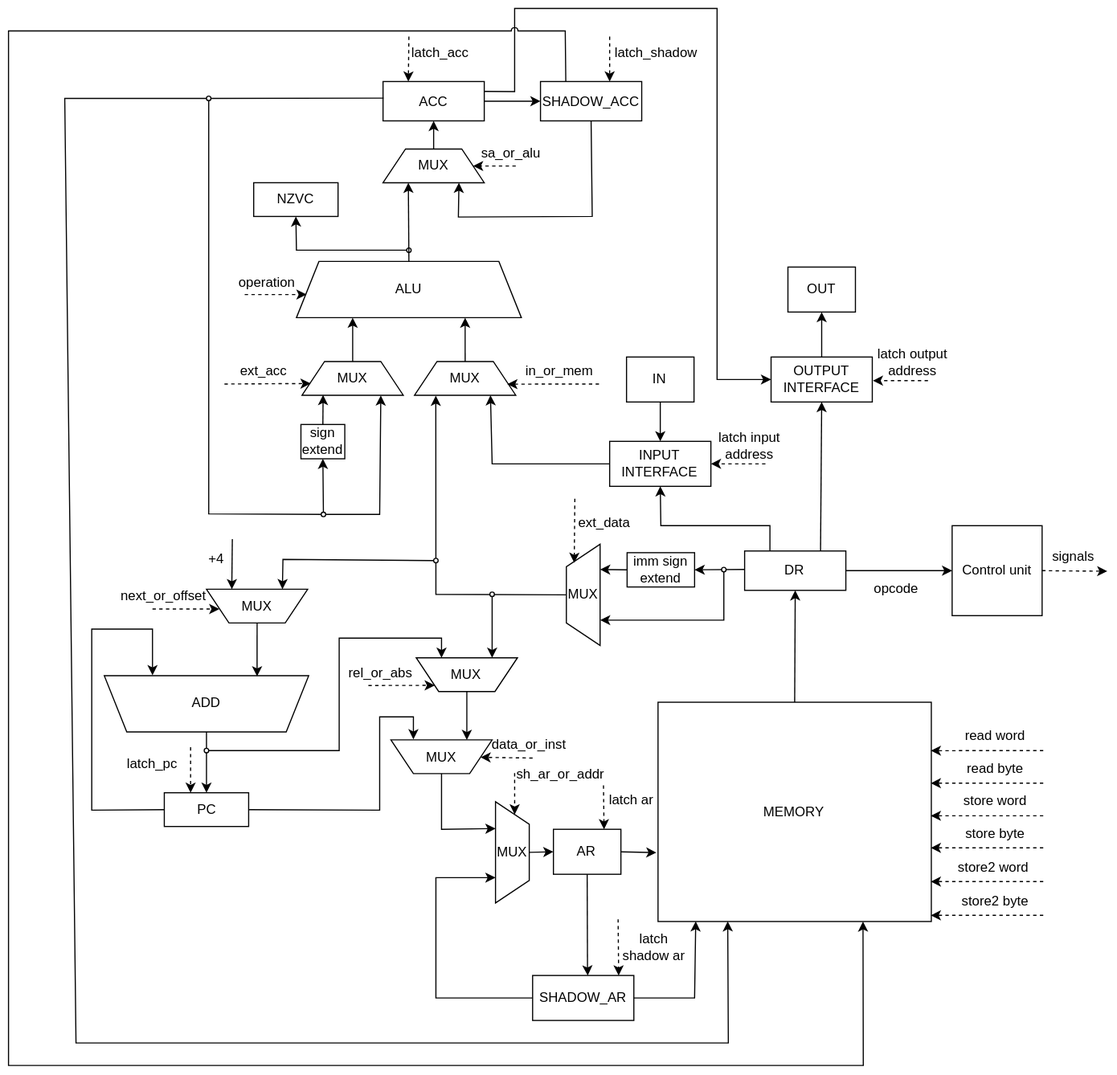
Earlier version of the draw.io export assets/datapath/scheme.svg (AstroSoup/computer-system-architecture-lab-4). Source tidied: cells renumbered, new cells last; positions are measured from the earlier drawing's top-left corner, leaving out a move shared by most shapes.
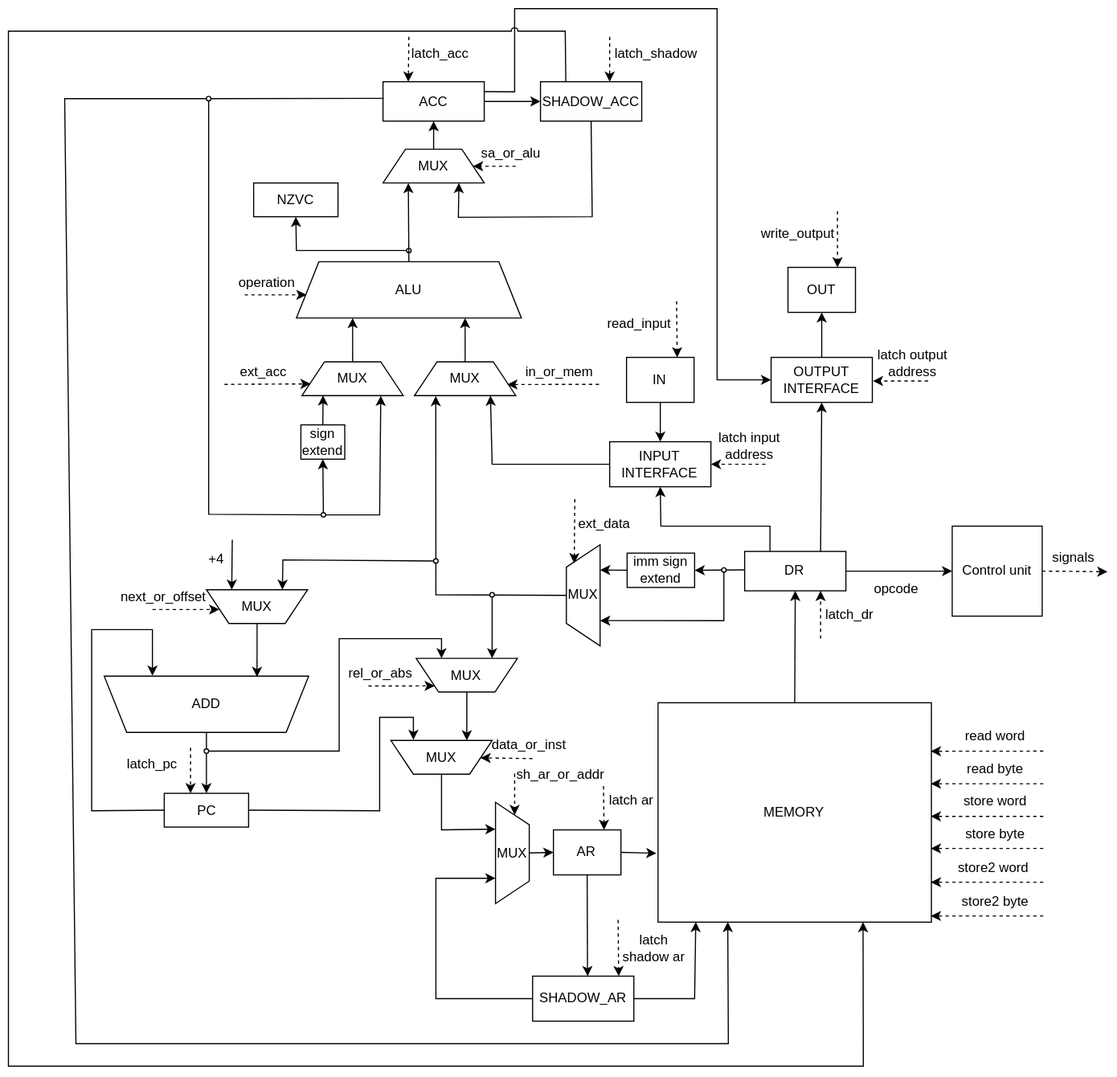
Later version of the same file.

Change to the diagram source:
```diff
@@ -527,5 +527,30 @@
     <mxCell id="120" value="store2 byte" style="text;html=1;whiteSpace=wrap;strokeColor=none;fillColor=none;align=center;verticalAlign=middle;rounded=0;" parent="1" vertex="1">
       <mxGeometry x="835.5" y="778.5" width="84.5" height="30" as="geometry" />
     </mxCell>
+    <mxCell id="121" style="endArrow=classic;html=1;rounded=0;entryX=0.75;entryY=0;entryDx=0;entryDy=0;dashed=1;" parent="1" edge="1" target="4">
+      <mxGeometry relative="1" as="geometry">
+        <mxPoint x="594" y="260" as="sourcePoint" />
+      </mxGeometry>
+    </mxCell>
+    <mxCell id="122" value="read_input" style="text;html=1;whiteSpace=wrap;strokeColor=none;fillColor=none;align=center;verticalAlign=middle;rounded=0;" parent="1" vertex="1">
+      <mxGeometry x="531" y="265" width="60" height="30" as="geometry" />
+    </mxCell>
+    <mxCell id="123" style="endArrow=classic;html=1;rounded=0;entryX=0.75;entryY=0;entryDx=0;entryDy=0;dashed=1;" parent="1" edge="1">
+      <mxGeometry relative="1" as="geometry">
+        <mxPoint x="737" y="180" as="sourcePoint" />
+        <mxPoint x="737" y="230" as="targetPoint" />
+      </mxGeometry>
+    </mxCell>
+    <mxCell id="124" value="write_output" style="text;html=1;whiteSpace=wrap;strokeColor=none;fillColor=none;align=center;verticalAlign=middle;rounded=0;" parent="1" vertex="1">
+      <mxGeometry x="672" y="185" width="60" height="30" as="geometry" />
+    </mxCell>
+    <mxCell id="125" style="endArrow=classic;html=1;rounded=0;entryX=0.75;entryY=1;entryDx=0;entryDy=0;dashed=1;" parent="1" edge="1" target="8">
+      <mxGeometry relative="1" as="geometry">
+        <mxPoint x="722" y="560" as="sourcePoint" />
+      </mxGeometry>
+    </mxCell>
+    <mxCell id="126" value="latch_dr" style="text;html=1;whiteSpace=wrap;strokeColor=none;fillColor=none;align=center;verticalAlign=middle;rounded=0;" parent="1" vertex="1">
+      <mxGeometry x="718" y="524" width="60" height="30" as="geometry" />
+    </mxCell>
   </root>
 </mxGraphModel>
```
